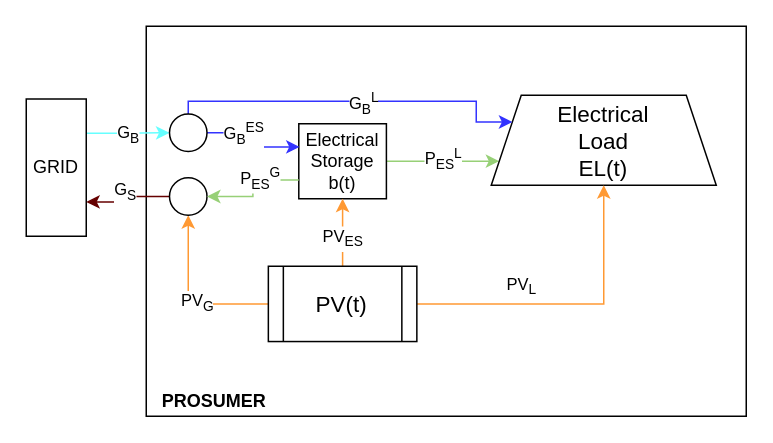
The draw.io diagram EL_newVar.drawio in neethumaya/RoughWork, before the edit. Source tidied: cells renumbered, new cells numbered last; positions are measured from the earlier drawing's top-left corner, leaving out a move shared by most shapes. Both pictures are drawn from the tidied source at 150%, with x=0, y=0 at pixel (26, 26).
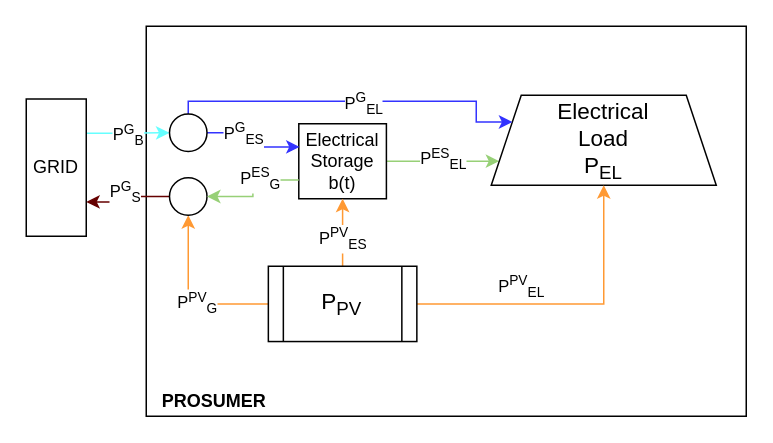
The same diagram, later.

The change refers to these unchanged cells:
```xml
<mxCell id="3" style="edgeStyle=orthogonalEdgeStyle;rounded=0;jettySize=auto;html=1;exitX=1;exitY=0.25;exitDx=0;exitDy=0;entryX=0;entryY=0.5;entryDx=0;entryDy=0;strokeColor=#66FFFF;" parent="1" edge="1" source="5" target="21">
  <mxGeometry relative="1" as="geometry">
    <Array as="points">
      <mxPoint x="65" y="71" />
    </Array>
  </mxGeometry>
</mxCell>
<mxCell id="6" style="edgeStyle=orthogonalEdgeStyle;rounded=0;jettySize=auto;html=1;exitX=1;exitY=0.5;exitDx=0;exitDy=0;entryX=0;entryY=0.75;entryDx=0;entryDy=0;strokeColor=#97D077;" parent="1" edge="1" source="8" target="9">
  <mxGeometry relative="1" as="geometry">
    <Array as="points">
      <mxPoint x="250" y="90" />
      <mxPoint x="395" y="89" />
    </Array>
  </mxGeometry>
</mxCell>
<mxCell id="10" style="edgeStyle=orthogonalEdgeStyle;rounded=0;jettySize=auto;html=1;exitX=0;exitY=0.5;exitDx=0;exitDy=0;entryX=0.5;entryY=1;entryDx=0;entryDy=0;strokeColor=#FF9933;" parent="1" edge="1" source="16" target="24">
  <mxGeometry relative="1" as="geometry" />
</mxCell>
<mxCell id="12" style="edgeStyle=orthogonalEdgeStyle;rounded=0;jettySize=auto;html=1;exitX=0.5;exitY=0;exitDx=0;exitDy=0;strokeColor=#FF9933;" parent="1" edge="1" source="16" target="8">
  <mxGeometry relative="1" as="geometry">
    <Array as="points">
      <mxPoint x="211" y="130" />
      <mxPoint x="211" y="130" />
    </Array>
  </mxGeometry>
</mxCell>
<mxCell id="14" style="edgeStyle=orthogonalEdgeStyle;rounded=0;jettySize=auto;html=1;exitX=1;exitY=0.5;exitDx=0;exitDy=0;strokeColor=#FF9933;entryX=0.5;entryY=1;entryDx=0;entryDy=0;" parent="1" edge="1" source="16" target="9">
  <mxGeometry relative="1" as="geometry">
    <Array as="points">
      <mxPoint x="385" y="185" />
    </Array>
  </mxGeometry>
</mxCell>
<mxCell id="17" style="edgeStyle=orthogonalEdgeStyle;rounded=0;jettySize=auto;html=1;exitX=0.5;exitY=0;exitDx=0;exitDy=0;entryX=0;entryY=0.25;entryDx=0;entryDy=0;strokeColor=#3333FF;" parent="1" edge="1" source="21" target="9">
  <mxGeometry relative="1" as="geometry">
    <Array as="points">
      <mxPoint x="108" y="50" />
      <mxPoint x="300" y="50" />
      <mxPoint x="300" y="64" />
      <mxPoint x="324" y="64" />
    </Array>
  </mxGeometry>
</mxCell>
<mxCell id="19" style="edgeStyle=orthogonalEdgeStyle;rounded=0;jettySize=auto;html=1;exitX=1;exitY=0.5;exitDx=0;exitDy=0;entryX=0.01;entryY=0.309;entryDx=0;entryDy=0;strokeColor=#3333FF;entryPerimeter=0;" parent="1" edge="1" source="21" target="8">
  <mxGeometry relative="1" as="geometry" />
</mxCell>
<mxCell id="22" style="edgeStyle=orthogonalEdgeStyle;rounded=0;jettySize=auto;html=1;exitX=0;exitY=0.5;exitDx=0;exitDy=0;entryX=1;entryY=0.75;entryDx=0;entryDy=0;strokeColor=#660000;" parent="1" edge="1" source="24" target="5">
  <mxGeometry relative="1" as="geometry">
    <Array as="points">
      <mxPoint x="65" y="114" />
      <mxPoint x="65" y="117" />
      <mxPoint x="40" y="117" />
    </Array>
  </mxGeometry>
</mxCell>
<mxCell id="25" style="edgeStyle=orthogonalEdgeStyle;rounded=0;jettySize=auto;html=1;exitX=0;exitY=0.75;exitDx=0;exitDy=0;entryX=1;entryY=0.5;entryDx=0;entryDy=0;strokeColor=#97D077;" parent="1" edge="1" source="8" target="24">
  <mxGeometry relative="1" as="geometry" />
</mxCell>
```

Change to the diagram source:
```diff
@@
-    <mxCell id="4" value="G&lt;sub&gt;B&lt;/sub&gt;" style="edgeLabel;html=1;align=center;verticalAlign=middle;" parent="3" vertex="1">
+    <mxCell id="4" value="P&lt;sup&gt;G&lt;/sup&gt;&lt;sub&gt;B&lt;/sub&gt;" style="edgeLabel;html=1;align=center;verticalAlign=middle;" parent="3" vertex="1">
       <mxGeometry x="-0.01" y="-1" relative="1" as="geometry" />
     </mxCell>
@@
-    <mxCell id="7" value="P&lt;sub&gt;ES&lt;/sub&gt;&lt;sup&gt;L&lt;/sup&gt;" style="edgeLabel;html=1;align=center;verticalAlign=middle;" parent="6" vertex="1">
+    <mxCell id="7" value="P&lt;sup&gt;ES&lt;/sup&gt;&lt;sub&gt;EL&lt;/sub&gt;" style="edgeLabel;html=1;align=center;verticalAlign=middle;" parent="6" vertex="1">
       <mxGeometry x="-0.01" y="1" relative="1" as="geometry" />
     </mxCell>
@@
-    <mxCell id="9" value="Electrical &lt;br&gt;Load&lt;br&gt;EL(t)" style="shape=trapezoid;perimeter=trapezoidPerimeter;whiteSpace=wrap;html=1;fixedSize=1;fontSize=15;" parent="1" vertex="1">
+    <mxCell id="9" value="Electrical &lt;br&gt;Load&lt;br&gt;P&lt;sub&gt;EL&lt;/sub&gt;" style="shape=trapezoid;perimeter=trapezoidPerimeter;whiteSpace=wrap;html=1;fixedSize=1;fontSize=15;" parent="1" vertex="1">
       <mxGeometry x="310" y="46" width="150" height="60" as="geometry" />
     </mxCell>
@@
-    <mxCell id="11" value="PV&lt;sub&gt;G&lt;/sub&gt;" style="edgeLabel;html=1;align=center;verticalAlign=middle;" parent="10" vertex="1">
+    <mxCell id="11" value="P&lt;sup&gt;PV&lt;/sup&gt;&lt;sub&gt;G&lt;/sub&gt;" style="edgeLabel;html=1;align=center;verticalAlign=middle;" parent="10" vertex="1">
       <mxGeometry x="-0.14" y="-1" relative="1" as="geometry" />
     </mxCell>
@@
-    <mxCell id="13" value="PV&lt;sub&gt;ES&lt;/sub&gt;" style="edgeLabel;html=1;align=center;verticalAlign=middle;" parent="12" vertex="1">
+    <mxCell id="13" value="P&lt;sup&gt;PV&lt;/sup&gt;&lt;sub&gt;ES&lt;/sub&gt;" style="edgeLabel;html=1;align=center;verticalAlign=middle;" parent="12" vertex="1">
       <mxGeometry x="-0.17" relative="1" as="geometry" />
     </mxCell>
@@
-    <mxCell id="15" value="PV&lt;sub&gt;L&lt;/sub&gt;" style="edgeLabel;html=1;align=center;verticalAlign=middle;" parent="14" vertex="1">
+    <mxCell id="15" value="P&lt;sup&gt;PV&lt;/sup&gt;&lt;sub&gt;EL&lt;/sub&gt;" style="edgeLabel;html=1;align=center;verticalAlign=middle;" parent="14" vertex="1">
       <mxGeometry x="-0.32" y="-1" relative="1" as="geometry">
         <mxPoint y="-13.1" as="offset" />
       </mxGeometry>
     </mxCell>
-    <mxCell id="16" value="PV(t)" style="shape=process;whiteSpace=wrap;html=1;backgroundOutline=1;fontSize=15;" parent="1" vertex="1">
+    <mxCell id="16" value="P&lt;sub&gt;PV&lt;/sub&gt;" style="shape=process;whiteSpace=wrap;html=1;backgroundOutline=1;fontSize=15;" parent="1" vertex="1">
       <mxGeometry x="161.4" y="160" width="99" height="50.2" as="geometry" />
     </mxCell>
@@
-    <mxCell id="18" value="G&lt;sub&gt;B&lt;/sub&gt;&lt;sup&gt;L&lt;/sup&gt;" style="edgeLabel;html=1;align=center;verticalAlign=middle;" parent="17" vertex="1">
+    <mxCell id="18" value="P&lt;sup&gt;G&lt;/sup&gt;&lt;sub&gt;EL&lt;/sub&gt;" style="edgeLabel;html=1;align=center;verticalAlign=middle;" parent="17" vertex="1">
       <mxGeometry x="0.05" y="-1" relative="1" as="geometry" />
     </mxCell>
@@
-    <mxCell id="20" value="G&lt;sub&gt;B&lt;/sub&gt;&lt;sup&gt;ES&lt;/sup&gt;" style="edgeLabel;html=1;align=center;verticalAlign=middle;" parent="19" vertex="1">
+    <mxCell id="20" value="P&lt;sup&gt;G&lt;/sup&gt;&lt;sub&gt;ES&lt;/sub&gt;" style="edgeLabel;html=1;align=center;verticalAlign=middle;" parent="19" vertex="1">
       <mxGeometry x="-0.32" relative="1" as="geometry" />
     </mxCell>
@@
-    <mxCell id="23" value="G&lt;sub&gt;S&lt;/sub&gt;" style="edgeLabel;html=1;align=center;verticalAlign=middle;" parent="22" vertex="1">
+    <mxCell id="23" value="P&lt;sup&gt;G&lt;/sup&gt;&lt;sub&gt;S&lt;/sub&gt;" style="edgeLabel;html=1;align=center;verticalAlign=middle;" parent="22" vertex="1">
       <mxGeometry x="-0.39" y="-1" relative="1" as="geometry">
         <mxPoint x="-11.7" y="-2" as="offset" />
       </mxGeometry>
     </mxCell>
@@
-    <mxCell id="26" value="P&lt;sub&gt;ES&lt;/sub&gt;&lt;sup&gt;G&lt;/sup&gt;" style="edgeLabel;html=1;align=center;verticalAlign=middle;" parent="25" vertex="1">
+    <mxCell id="26" value="P&lt;sup&gt;ES&lt;/sup&gt;&lt;sub&gt;G&lt;/sub&gt;" style="edgeLabel;html=1;align=center;verticalAlign=middle;" parent="25" vertex="1">
       <mxGeometry x="-0.29" y="-1" relative="1" as="geometry" />
     </mxCell>
```
